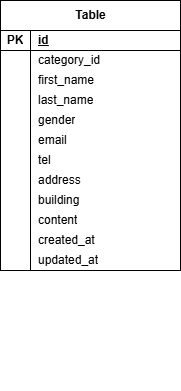
Before: src/confirm-test.drawio.png, a diagram exported from draw.io (kiuchi-11/confirm-test). Source tidied: cells renumbered, new cells last; positions are measured from the earlier drawing's top-left corner, leaving out a move shared by most shapes.
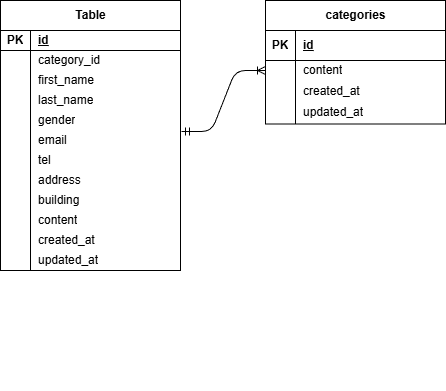
After the commit.

What changed in the source:
```diff
@@ -74,5 +74,49 @@
         <mxPoint x="30" y="110" as="targetPoint" />
       </mxGeometry>
     </mxCell>
+    <mxCell id="25" value="categories" style="shape=table;startSize=30;rowLines=0;fontStyle=1;align=center;html=1;" parent="1" vertex="1">
+      <mxGeometry x="265" width="180" height="123.5" as="geometry" />
+    </mxCell>
+    <mxCell id="26" style="shape=tableRow;horizontal=0;startSize=0;swimlaneHead=0;swimlaneBody=0;fillColor=none;top=0;left=0;right=0;bottom=1;" parent="25" vertex="1">
+      <mxGeometry y="30" width="180" height="30" as="geometry" />
+    </mxCell>
+    <mxCell id="27" value="PK" style="shape=partialRectangle;fillColor=none;top=0;left=0;bottom=0;right=0;fontStyle=1;overflow=hidden;whiteSpace=wrap;html=1;" parent="26" vertex="1">
+      <mxGeometry width="30" height="30" as="geometry" />
+    </mxCell>
+    <mxCell id="28" value="id" style="shape=partialRectangle;fillColor=none;top=0;left=0;bottom=0;right=0;align=left;spacingLeft=6;fontStyle=5;overflow=hidden;whiteSpace=wrap;html=1;" parent="26" vertex="1">
+      <mxGeometry x="30" width="150" height="30" as="geometry" />
+    </mxCell>
+    <mxCell id="29" style="shape=tableRow;horizontal=0;startSize=0;swimlaneHead=0;swimlaneBody=0;fillColor=none;points=[[0,0.5],[1,0.5]];portConstraint=eastwest;top=0;left=0;right=0;bottom=0;" parent="25" vertex="1">
+      <mxGeometry y="60" width="180" height="20" as="geometry" />
+    </mxCell>
+    <mxCell id="30" style="shape=partialRectangle;fillColor=none;top=0;left=0;bottom=0;right=0;overflow=hidden;whiteSpace=wrap;html=1;" parent="29" vertex="1">
+      <mxGeometry width="30" height="20" as="geometry" />
+    </mxCell>
+    <mxCell id="31" value="content" style="shape=partialRectangle;fillColor=none;top=0;left=0;bottom=0;right=0;align=left;spacingLeft=6;overflow=hidden;whiteSpace=wrap;html=1;" parent="29" vertex="1">
+      <mxGeometry x="30" width="150" height="20" as="geometry" />
+    </mxCell>
+    <mxCell id="32" style="shape=tableRow;horizontal=0;startSize=0;swimlaneHead=0;swimlaneBody=0;fillColor=none;top=0;left=0;right=0;bottom=0;" parent="25" vertex="1">
+      <mxGeometry y="80" width="180" height="21" as="geometry" />
+    </mxCell>
+    <mxCell id="33" style="shape=partialRectangle;fillColor=none;top=0;left=0;bottom=0;right=0;overflow=hidden;whiteSpace=wrap;html=1;" parent="32" vertex="1">
+      <mxGeometry width="30" height="21" as="geometry" />
+    </mxCell>
+    <mxCell id="34" value="created_at" style="shape=partialRectangle;fillColor=none;top=0;left=0;bottom=0;right=0;align=left;spacingLeft=6;overflow=hidden;whiteSpace=wrap;html=1;" parent="32" vertex="1">
+      <mxGeometry x="30" width="150" height="21" as="geometry" />
+    </mxCell>
+    <mxCell id="35" style="shape=tableRow;horizontal=0;startSize=0;swimlaneHead=0;swimlaneBody=0;fillColor=none;top=0;left=0;right=0;bottom=0;" parent="25" vertex="1">
+      <mxGeometry y="101" width="180" height="22" as="geometry" />
+    </mxCell>
+    <mxCell id="36" style="shape=partialRectangle;fillColor=none;top=0;left=0;bottom=0;right=0;overflow=hidden;whiteSpace=wrap;html=1;" parent="35" vertex="1">
+      <mxGeometry width="30" height="22" as="geometry" />
+    </mxCell>
+    <mxCell id="37" value="updated_at" style="shape=partialRectangle;fillColor=none;top=0;left=0;bottom=0;right=0;align=left;spacingLeft=6;overflow=hidden;whiteSpace=wrap;html=1;" parent="35" vertex="1">
+      <mxGeometry x="30" width="150" height="22" as="geometry" />
+    </mxCell>
+    <mxCell id="38" style="edgeStyle=entityRelationEdgeStyle;fontSize=12;html=1;endArrow=ERoneToMany;startArrow=ERmandOne;entryX=0;entryY=0.5;entryDx=0;entryDy=0;" parent="1" edge="1" target="29">
+      <mxGeometry relative="1" as="geometry">
+        <mxPoint x="181" y="131" as="sourcePoint" />
+      </mxGeometry>
+    </mxCell>
   </root>
 </mxGraphModel>
```
